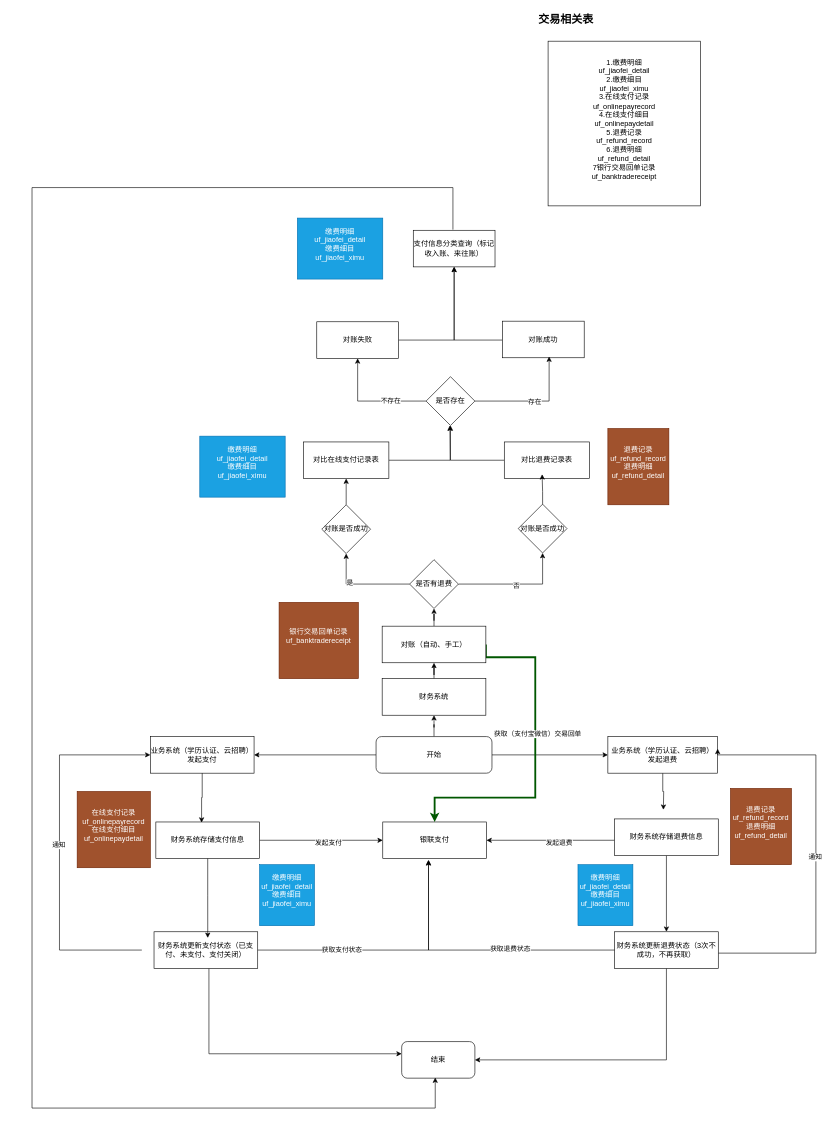
The draw.io diagram 财务系统数据流程图2.drawio in zhangfengman/autoJs, before the edit. Source tidied: cells renumbered, new cells numbered last; positions are measured from the earlier drawing's top-left corner, leaving out a move shared by most shapes. Both pictures are drawn from the tidied source at 61%, with x=0, y=0 at pixel (32, 10).
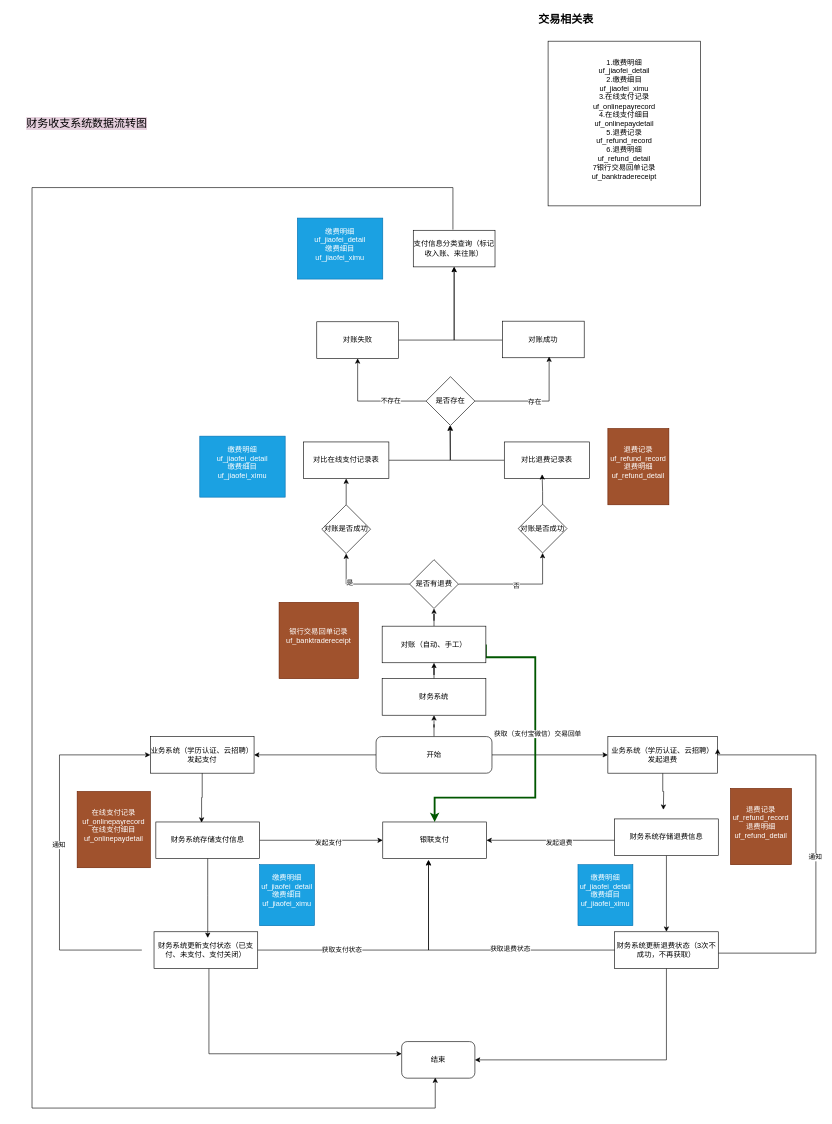
After the change.

Commit message:
更新财务系统数据流程图2.drawio

The edit, as a diff of the source:
```diff
@@
+    <mxCell id="72" value="财务收支系统数据流转图" style="text;html=1;align=center;verticalAlign=middle;whiteSpace=wrap;rounded=0;fontSize=18;labelBackgroundColor=#E6D0DE;" parent="1" vertex="1">
+      <mxGeometry x="-35" y="145" width="250" height="80" as="geometry" />
+    </mxCell>
```
